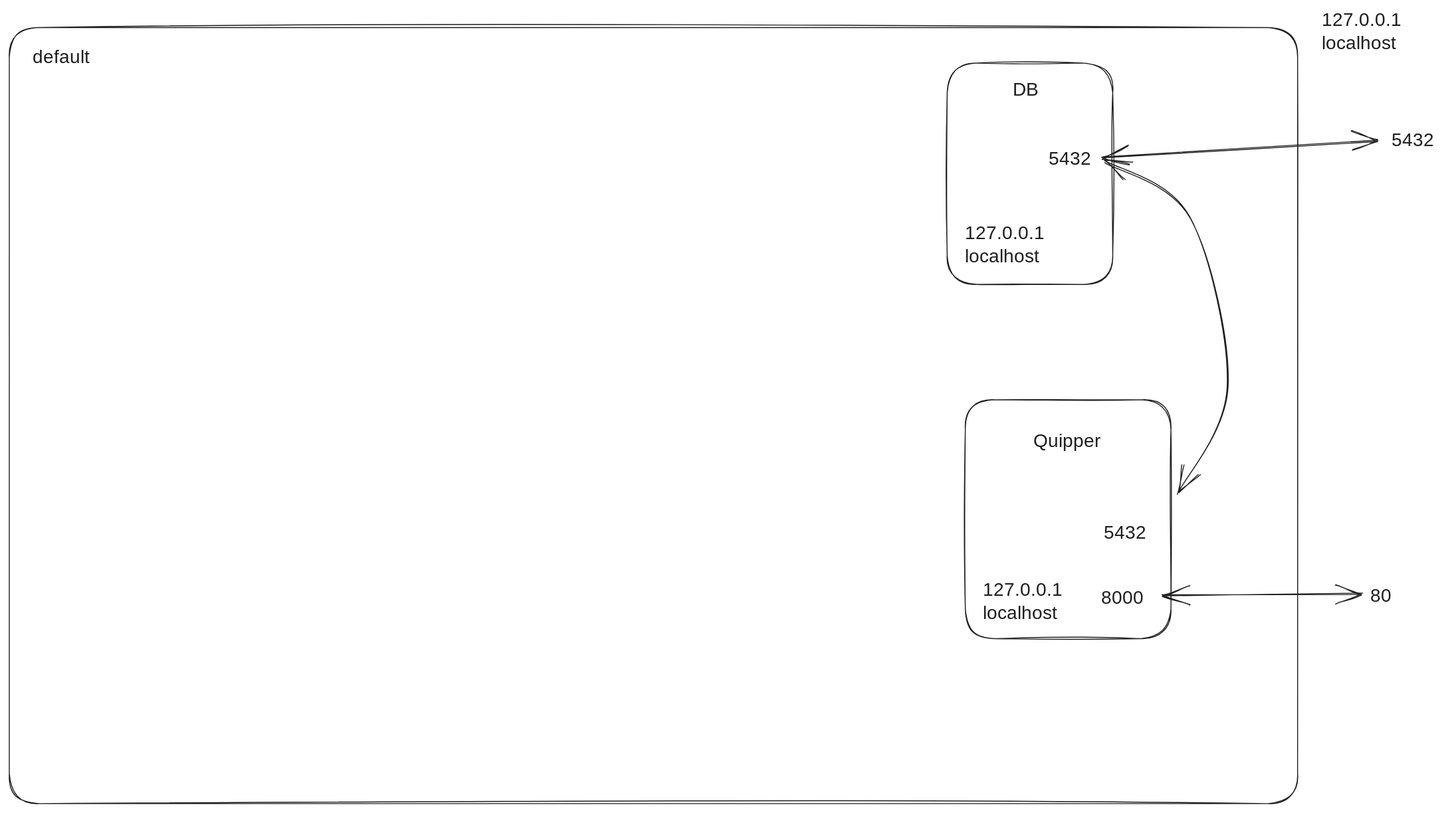
Above: docs/docker.excalidraw.svg in superpro2007/quipper (Excalidraw), before the change. Source tidied: one line per element, renumbered; positions are measured from the earlier drawing's top-left corner, leaving out a move shared by most shapes.
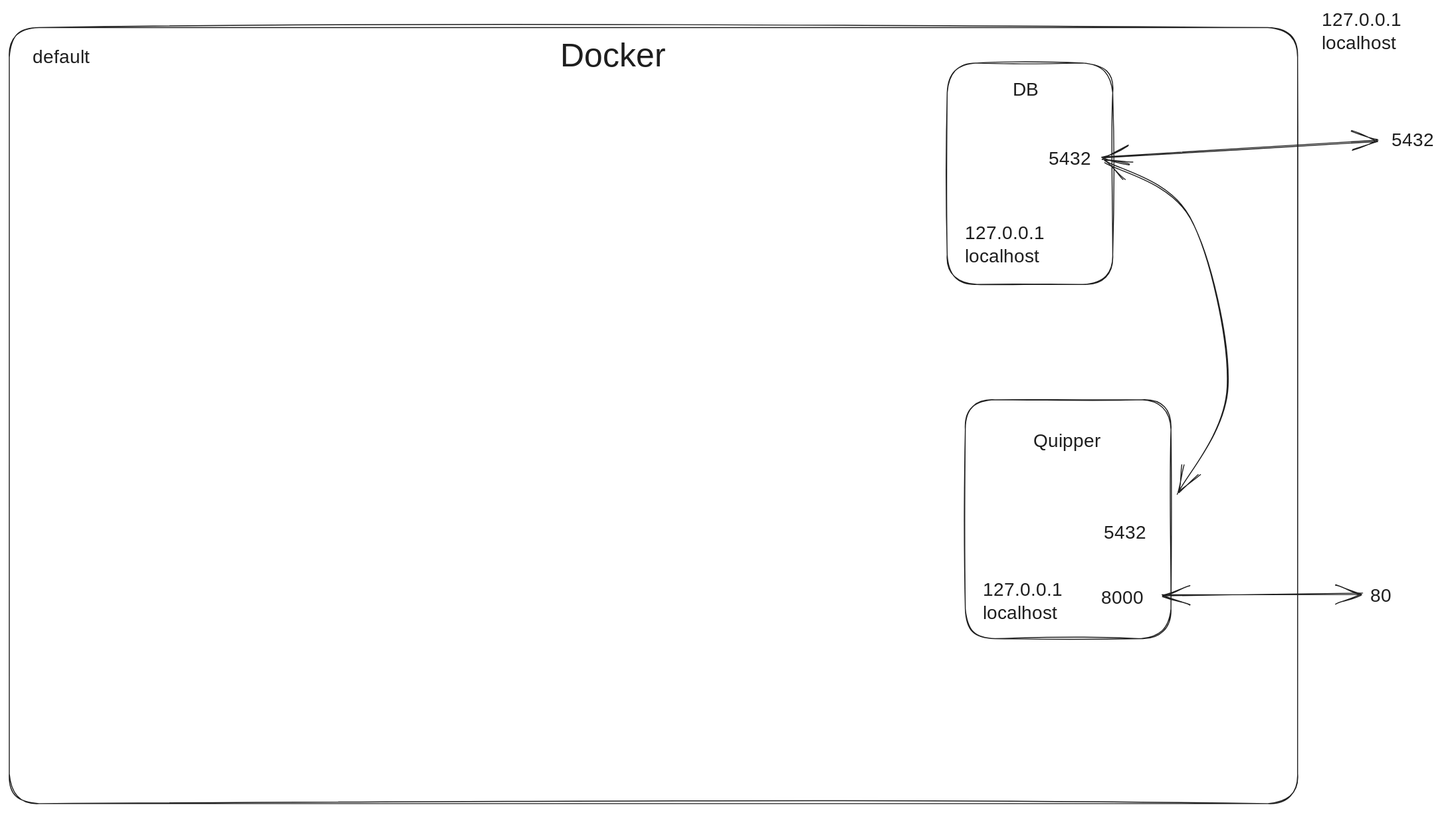
The same diagram one commit later.

Change to the diagram source:
```diff
@@ -15,3 +15,4 @@
 {"id": 14, "type": "text", "text": "127.0.0.1\nlocalhost", "strokeColor": "#1e1e1e", "strokeWidth": 1, "roughness": 1, "fontSize": 20, "fontFamily": 1, "x": 1046, "y": 612, "width": 88, "height": 50}
 {"id": 15, "type": "text", "text": "5432", "strokeColor": "#1e1e1e", "strokeWidth": 1, "roughness": 1, "fontSize": 20, "fontFamily": 1, "x": 1176, "y": 551, "width": 53, "height": 25}
 {"id": 16, "type": "arrow", "strokeColor": "#1e1e1e", "strokeWidth": 1, "roughness": 1, "startArrowhead": "arrow", "endArrowhead": "arrow", "round": true, "from": 9, "to": 6, "x": 1256, "y": 521, "width": 132, "height": 356, "points": [[0, 0], [54, -114], [14, -296], [-78, -356]]}
+{"id": 17, "type": "text", "text": "Docker", "strokeColor": "#1e1e1e", "strokeWidth": 1, "roughness": 1, "fontSize": 36, "fontFamily": 1, "x": 592, "y": 28, "width": 119, "height": 45}
```
